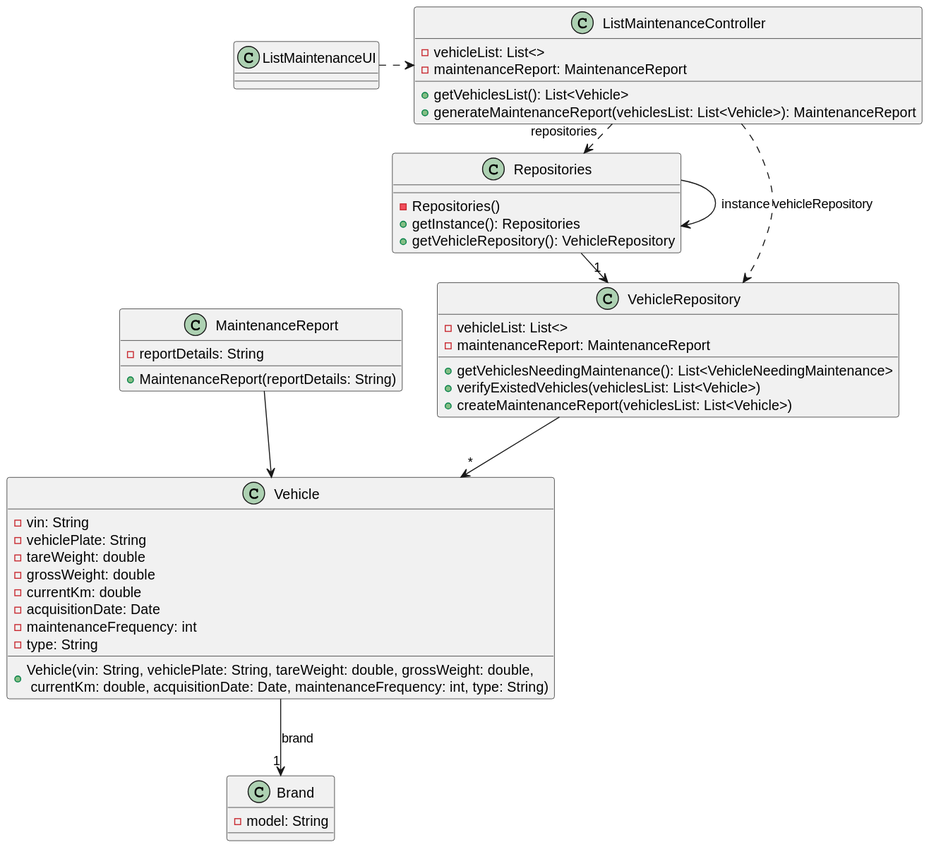
Above: docs/sprintB/us008/03.design/svg/us008-class-diagram.svg in ricardomm7/leaflink (PlantUML), before the change.
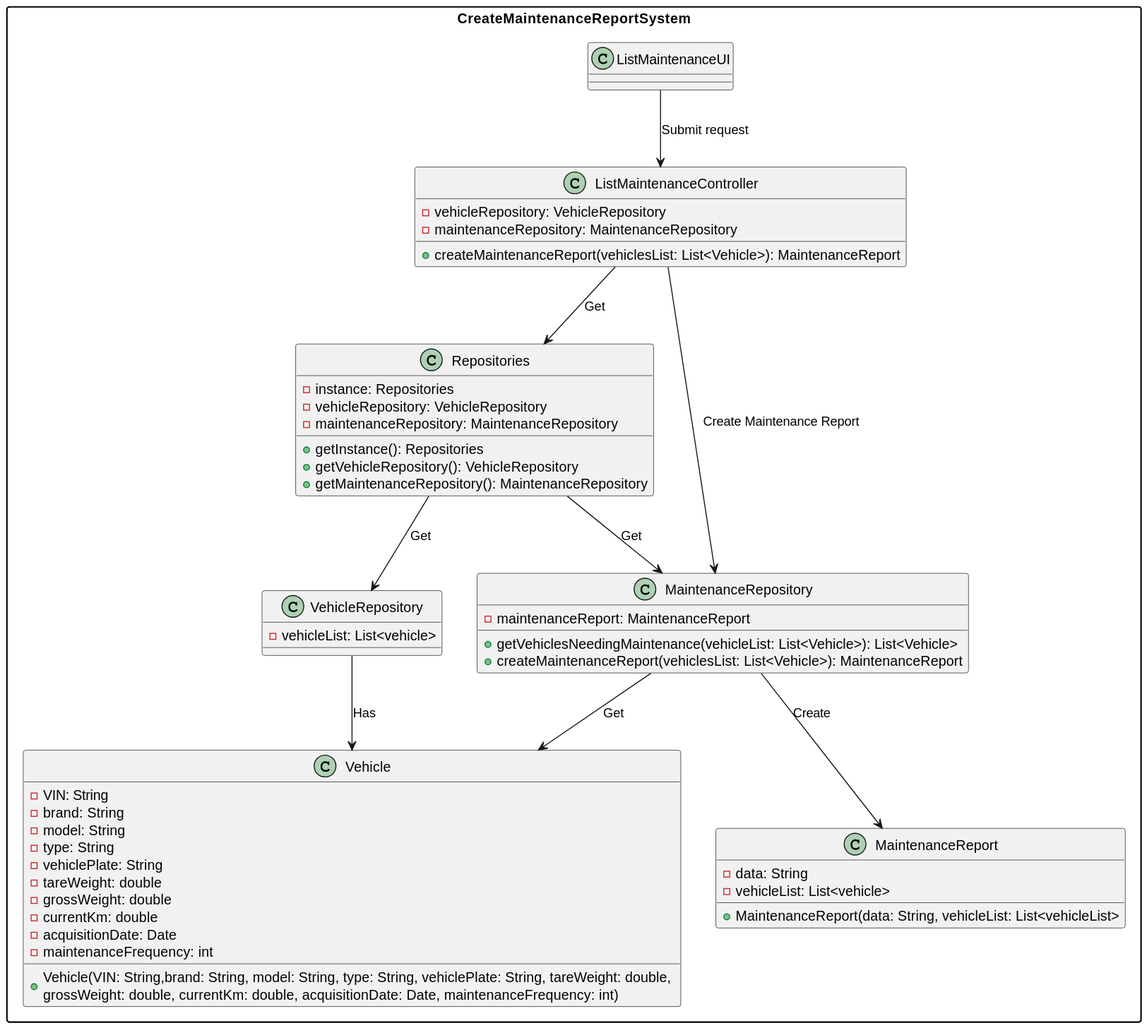
After the commit.

The edit, as a diff of the source:
```diff
@@ -3,70 +3,71 @@
 skinparam shadowing false
 skinparam line type polyline
 
+package CreateMaintenanceReportSystem {
 class ListMaintenanceUI{
 }
 
 class ListMaintenanceController {
-    - vehicleList: List<>
-    - maintenanceReport: MaintenanceReport
+    - vehicleRepository: VehicleRepository
+    - maintenanceRepository: MaintenanceRepository
 
-    + getVehiclesList(): List<Vehicle>
-    + generateMaintenanceReport(vehiclesList: List<Vehicle>): MaintenanceReport
+    + createMaintenanceReport(vehiclesList: List<Vehicle>): MaintenanceReport
 }
 
 class Repositories {
-    - Repositories()
+    - instance: Repositories
+    - vehicleRepository: VehicleRepository
+    - maintenanceRepository: MaintenanceRepository
+
     + getInstance(): Repositories
     + getVehicleRepository(): VehicleRepository
+    + getMaintenanceRepository(): MaintenanceRepository
 }
 
 class VehicleRepository {
-    - vehicleList: List<>
+    - vehicleList: List<vehicle>
+
+}
+
+class MaintenanceRepository {
     - maintenanceReport: MaintenanceReport
 
-    + getVehiclesNeedingMaintenance(): List<VehicleNeedingMaintenance>
-    + verifyExistedVehicles(vehiclesList: List<Vehicle>)
-    + createMaintenanceReport(vehiclesList: List<Vehicle>)
+    + getVehiclesNeedingMaintenance(vehicleList: List<Vehicle>): List<Vehicle>
+    + createMaintenanceReport(vehiclesList: List<Vehicle>): MaintenanceReport
 }
 
 class Vehicle {
-    - vin: String
-    - vehiclePlate: String
-    - tareWeight: double
-    - grossWeight: double
-    - currentKm: double
-    - acquisitionDate: Date
-    - maintenanceFrequency: int
-    - type: String
+     - VIN: String
+     - brand: String
+     - model: String
+     - type: String
+     - vehiclePlate: String
+     - tareWeight: double
+     - grossWeight: double
+     - currentKm: double
+     - acquisitionDate: Date
+     - maintenanceFrequency: int
 
-    + Vehicle(vin: String, vehiclePlate: String, tareWeight: double, grossWeight: double, \n currentKm: double, acquisitionDate: Date, maintenanceFrequency: int, type: String)
-}
-
-class Brand {
-    - model: String
-}
-
-class MaintenanceReport {
-    - reportDetails: String
-    + MaintenanceReport(reportDetails: String)
+    + Vehicle(VIN: String,brand: String, model: String, type: String, vehiclePlate: String, tareWeight: double, \ngrossWeight: double, currentKm: double, acquisitionDate: Date, maintenanceFrequency: int)
 }
 
 
 
+class MaintenanceReport {
+    - data: String
+    - vehicleList: List<vehicle>
 
-Repositories -> Repositories : instance
+    + MaintenanceReport(data: String, vehicleList: List<vehicleList>
 
-ListMaintenanceUI .> ListMaintenanceController
+}
 
-ListMaintenanceController .> Repositories : repositories
-
-Repositories -> "1" VehicleRepository
-
-ListMaintenanceController ..> VehicleRepository : vehicleRepository
-
-VehicleRepository --> "*" Vehicle
-
-Vehicle --> "1" Brand : brand
-
-MaintenanceReport --> Vehicle
+ListMaintenanceUI --> ListMaintenanceController: Submit request
+ListMaintenanceController --> Repositories: Get
+ListMaintenanceController --> MaintenanceRepository: Create Maintenance Report
+Repositories --> VehicleRepository: Get
+Repositories --> MaintenanceRepository: Get
+VehicleRepository --> Vehicle: Has
+MaintenanceRepository --> Vehicle: Get
+MaintenanceRepository --> MaintenanceReport: Create
+}
 @enduml
```
